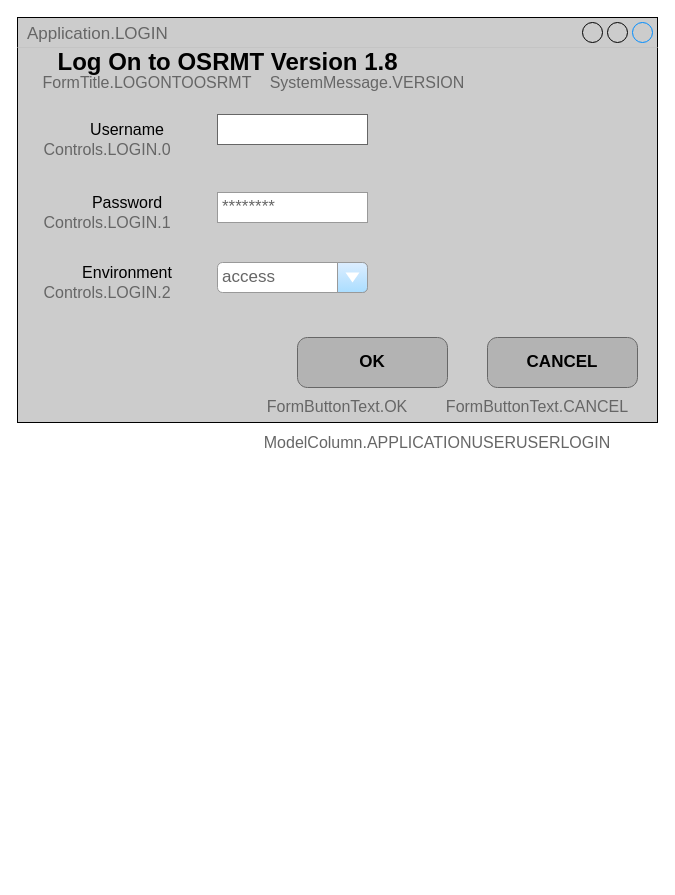
The draw.io diagram page "Login" (4 of 10) of hnc.drawio in haclong/drawings, before the edit. Source tidied: cells renumbered, new cells numbered last; positions are measured from the earlier drawing's top-left corner, leaving out a move shared by most shapes. Both pictures are drawn from the tidied source at 100%, with x=0, y=0 at pixel (17, 17).
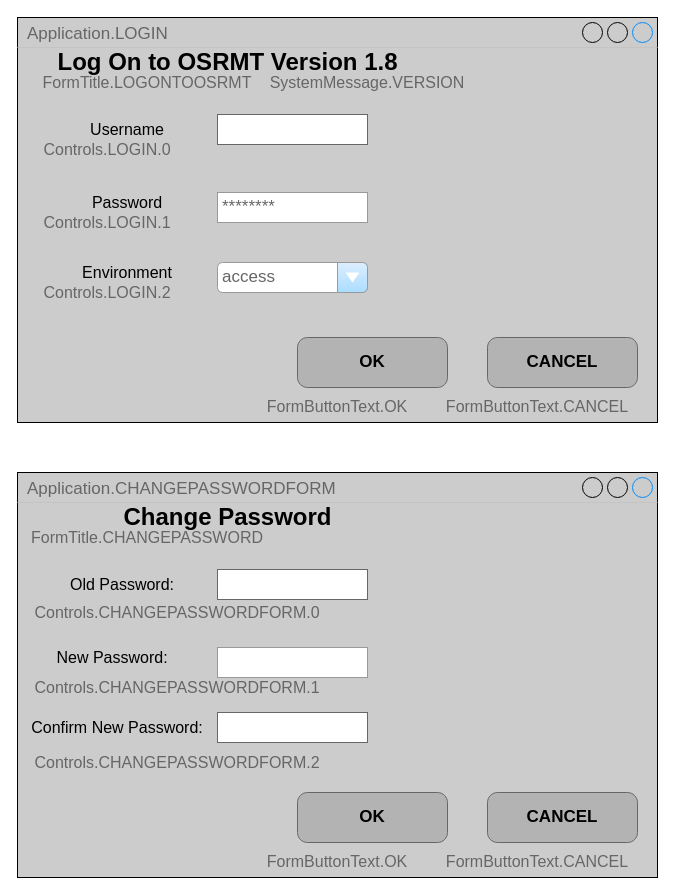
After the change.

The edit, as a diff of the source:
```diff
@@
-    <mxCell id="18" value="ModelColumn.APPLICATIONUSERUSERLOGIN" style="text;html=1;strokeColor=none;fillColor=none;align=center;verticalAlign=middle;whiteSpace=wrap;rounded=0;fontSize=16;fontColor=#666666;" parent="1" vertex="1">
-      <mxGeometry x="400" y="415" width="40" height="20" as="geometry" />
-    </mxCell>
@@
+    <mxCell id="20" value="Application.CHANGEPASSWORDFORM" style="strokeWidth=1;shadow=0;dashed=0;align=center;html=1;shape=mxgraph.mockup.containers.window;align=left;verticalAlign=top;spacingLeft=8;strokeColor2=#008cff;strokeColor3=#c4c4c4;fontColor=#666666;mainText=;fontSize=17;labelBackgroundColor=none;fillColor=#CCCCCC;" parent="1" vertex="1">
+      <mxGeometry y="455" width="640" height="405" as="geometry" />
+    </mxCell>
+    <mxCell id="21" value="Change Password" style="text;strokeColor=none;fillColor=none;html=1;fontSize=24;fontStyle=1;verticalAlign=middle;align=center;" parent="1" vertex="1">
+      <mxGeometry y="480" width="420" height="40" as="geometry" />
+    </mxCell>
+    <mxCell id="22" style="strokeWidth=1;shadow=0;dashed=0;align=center;html=1;shape=mxgraph.mockup.text.textBox;fontColor=#666666;align=left;fontSize=17;spacingLeft=4;spacingTop=-3;strokeColor=#666666;mainText=;" parent="1" vertex="1">
+      <mxGeometry x="200" y="552" width="150" height="30" as="geometry" />
+    </mxCell>
+    <mxCell id="23" style="strokeWidth=1;shadow=0;dashed=0;align=center;html=1;shape=mxgraph.mockup.forms.pwField;strokeColor=#999999;mainText=;align=left;fontColor=#666666;fontSize=17;spacingLeft=3;" parent="1" vertex="1">
+      <mxGeometry x="200" y="630" width="150" height="30" as="geometry" />
+    </mxCell>
+    <mxCell id="24" value="Old Password:" style="text;html=1;strokeColor=none;fillColor=none;align=center;verticalAlign=middle;whiteSpace=wrap;rounded=0;fontSize=16;" parent="1" vertex="1">
+      <mxGeometry x="40" y="557" width="130" height="20" as="geometry" />
+    </mxCell>
+    <mxCell id="25" value="New Password:" style="text;html=1;strokeColor=none;fillColor=none;align=center;verticalAlign=middle;whiteSpace=wrap;rounded=0;fontSize=16;" parent="1" vertex="1">
+      <mxGeometry x="30" y="630" width="130" height="20" as="geometry" />
+    </mxCell>
+    <mxCell id="26" value="Confirm New Password:" style="text;html=1;strokeColor=none;fillColor=none;align=center;verticalAlign=middle;whiteSpace=wrap;rounded=0;fontSize=16;" parent="1" vertex="1">
+      <mxGeometry x="10" y="700" width="180" height="20" as="geometry" />
+    </mxCell>
+    <mxCell id="27" value="OK" style="strokeWidth=1;shadow=0;dashed=0;align=center;html=1;shape=mxgraph.mockup.buttons.button;strokeColor=#666666;mainText=;buttonStyle=round;fontSize=17;fontStyle=1;whiteSpace=wrap;fillColor=#B3B3B3;" parent="1" vertex="1">
+      <mxGeometry x="280" y="775" width="150" height="50" as="geometry" />
+    </mxCell>
+    <mxCell id="28" value="CANCEL" style="strokeWidth=1;shadow=0;dashed=0;align=center;html=1;shape=mxgraph.mockup.buttons.button;strokeColor=#666666;mainText=;buttonStyle=round;fontSize=17;fontStyle=1;whiteSpace=wrap;fillColor=#B3B3B3;" parent="1" vertex="1">
+      <mxGeometry x="470" y="775" width="150" height="50" as="geometry" />
+    </mxCell>
+    <mxCell id="29" value="Controls.CHANGEPASSWORDFORM.0" style="text;html=1;strokeColor=none;fillColor=none;align=center;verticalAlign=middle;whiteSpace=wrap;rounded=0;fontSize=16;fontColor=#666666;" parent="1" vertex="1">
+      <mxGeometry x="140" y="585" width="40" height="20" as="geometry" />
+    </mxCell>
+    <mxCell id="30" value="Controls.CHANGEPASSWORDFORM.1" style="text;html=1;strokeColor=none;fillColor=none;align=center;verticalAlign=middle;whiteSpace=wrap;rounded=0;fontSize=16;fontColor=#666666;" parent="1" vertex="1">
+      <mxGeometry x="140" y="660" width="40" height="20" as="geometry" />
+    </mxCell>
+    <mxCell id="31" value="Controls.CHANGEPASSWORDFORM.2" style="text;html=1;strokeColor=none;fillColor=none;align=center;verticalAlign=middle;whiteSpace=wrap;rounded=0;fontSize=16;fontColor=#666666;" parent="1" vertex="1">
+      <mxGeometry x="140" y="735" width="40" height="20" as="geometry" />
+    </mxCell>
+    <mxCell id="32" value="FormButtonText.OK" style="text;html=1;strokeColor=none;fillColor=none;align=center;verticalAlign=middle;whiteSpace=wrap;rounded=0;fontSize=16;fontColor=#666666;" parent="1" vertex="1">
+      <mxGeometry x="300" y="834" width="40" height="20" as="geometry" />
+    </mxCell>
+    <mxCell id="33" value="FormButtonText.CANCEL" style="text;html=1;strokeColor=none;fillColor=none;align=center;verticalAlign=middle;whiteSpace=wrap;rounded=0;fontSize=16;fontColor=#666666;" parent="1" vertex="1">
+      <mxGeometry x="500" y="834" width="40" height="20" as="geometry" />
+    </mxCell>
+    <mxCell id="34" value="FormTitle.CHANGEPASSWORD" style="text;html=1;strokeColor=none;fillColor=none;align=center;verticalAlign=middle;whiteSpace=wrap;rounded=0;fontSize=16;fontColor=#666666;" parent="1" vertex="1">
+      <mxGeometry x="110" y="510" width="40" height="20" as="geometry" />
+    </mxCell>
+    <mxCell id="35" style="strokeWidth=1;shadow=0;dashed=0;align=center;html=1;shape=mxgraph.mockup.text.textBox;fontColor=#666666;align=left;fontSize=17;spacingLeft=4;spacingTop=-3;strokeColor=#666666;mainText=;" parent="1" vertex="1">
+      <mxGeometry x="200" y="695" width="150" height="30" as="geometry" />
+    </mxCell>
```
